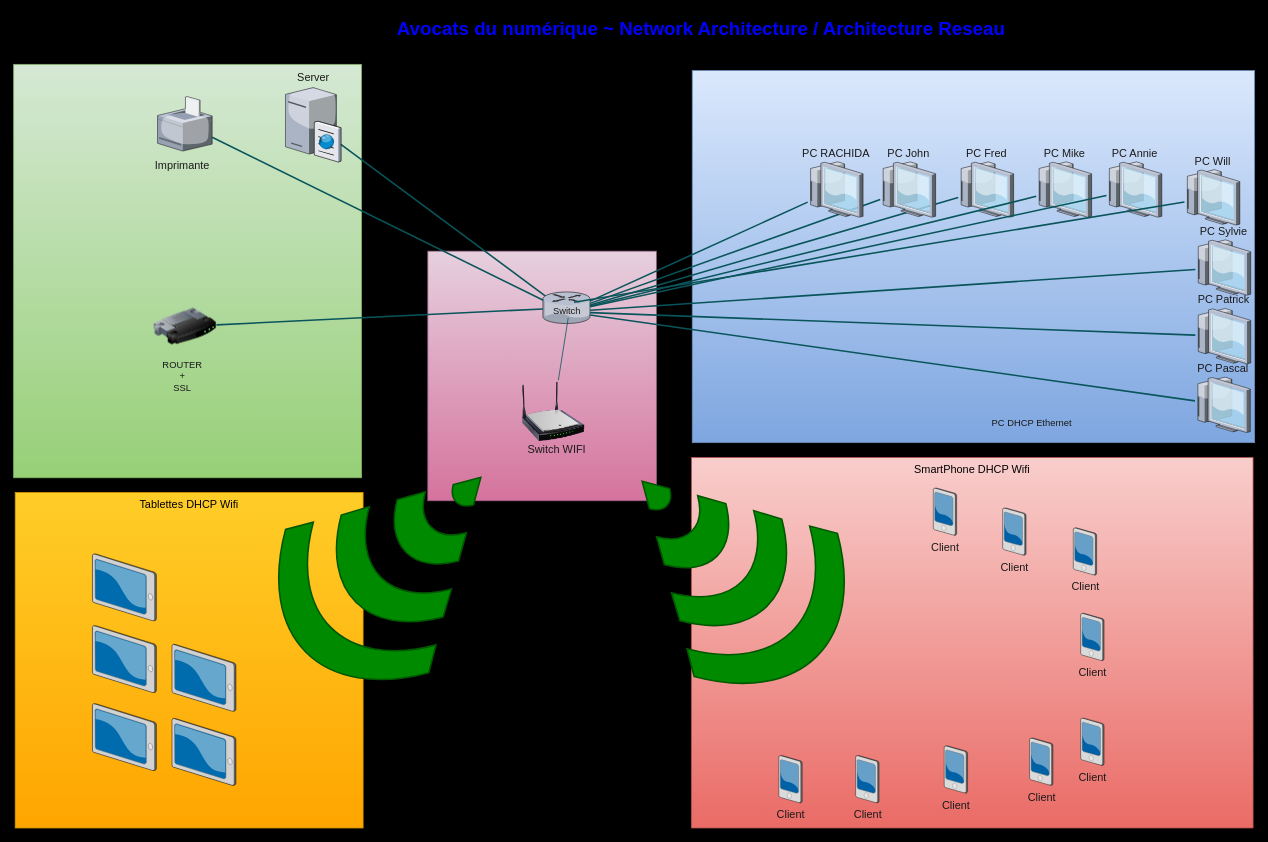
OCR-GRLD/OCR-GRLD keeps this draw.io diagram as Diagramme sans nom.drawio. Above is the earlier version. Source tidied: cells renumbered, new cells numbered last; positions are measured from the earlier drawing's top-left corner, leaving out a move shared by most shapes. Both pictures are drawn from the tidied source at 78%, with x=0, y=0 at pixel (13, 13).
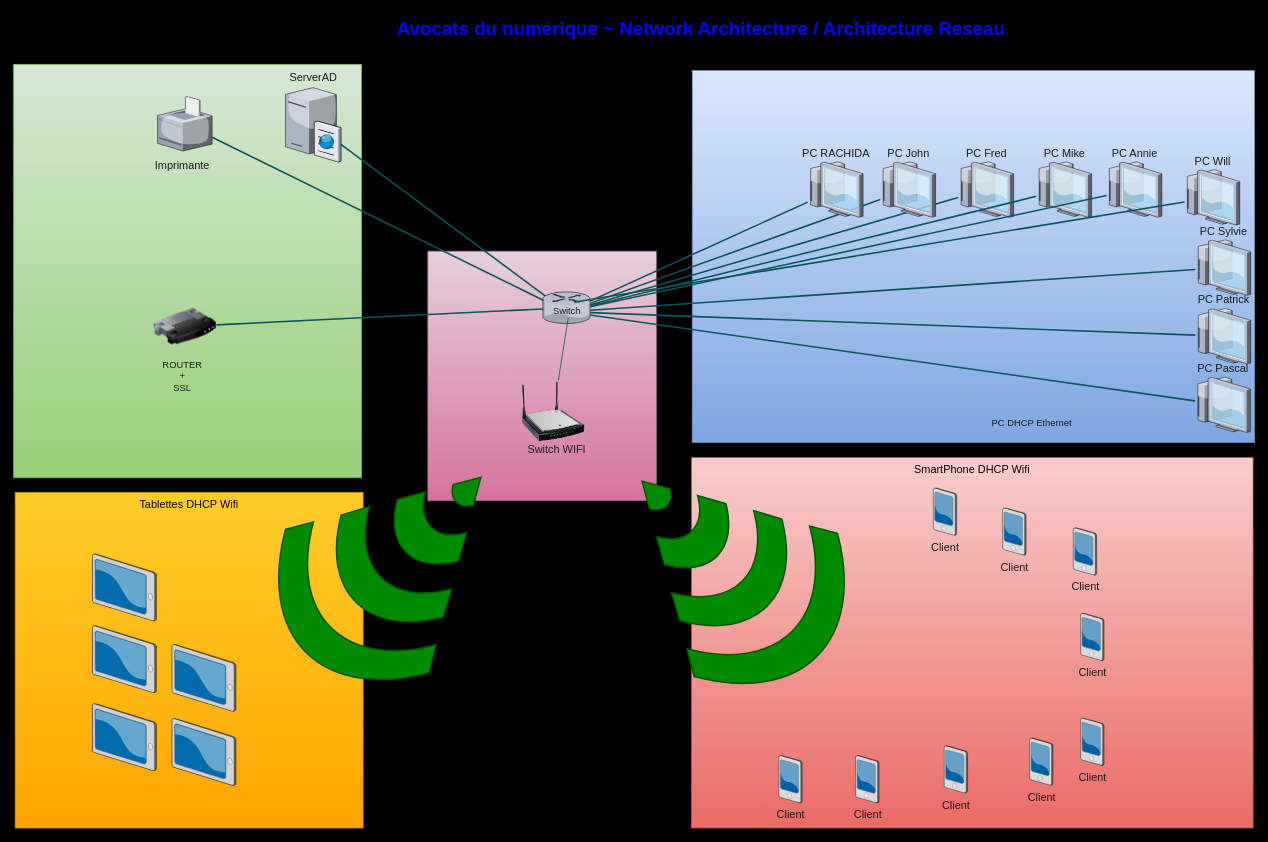
The same diagram, later.

Commit message:
Mettre à jour Diagramme sans nom.drawio

Change to the diagram source:
```diff
@@
-    <mxCell id="9" value="Server" style="verticalLabelPosition=top;html=1;verticalAlign=bottom;strokeColor=none;shape=mxgraph.citrix.cache_server;fontSize=14;labelPosition=center;align=center;labelBackgroundColor=none;rounded=0;fillColor=#FAD9D5;fontColor=#1A1A1A;" parent="1" vertex="1">
+    <mxCell id="9" value="ServerAD" style="verticalLabelPosition=top;html=1;verticalAlign=bottom;strokeColor=none;shape=mxgraph.citrix.cache_server;fontSize=14;labelPosition=center;align=center;labelBackgroundColor=none;rounded=0;fillColor=#FAD9D5;fontColor=#1A1A1A;" parent="1" vertex="1">
       <mxGeometry x="348.5" y="92.5" width="71" height="97.5" as="geometry" />
     </mxCell>
```
